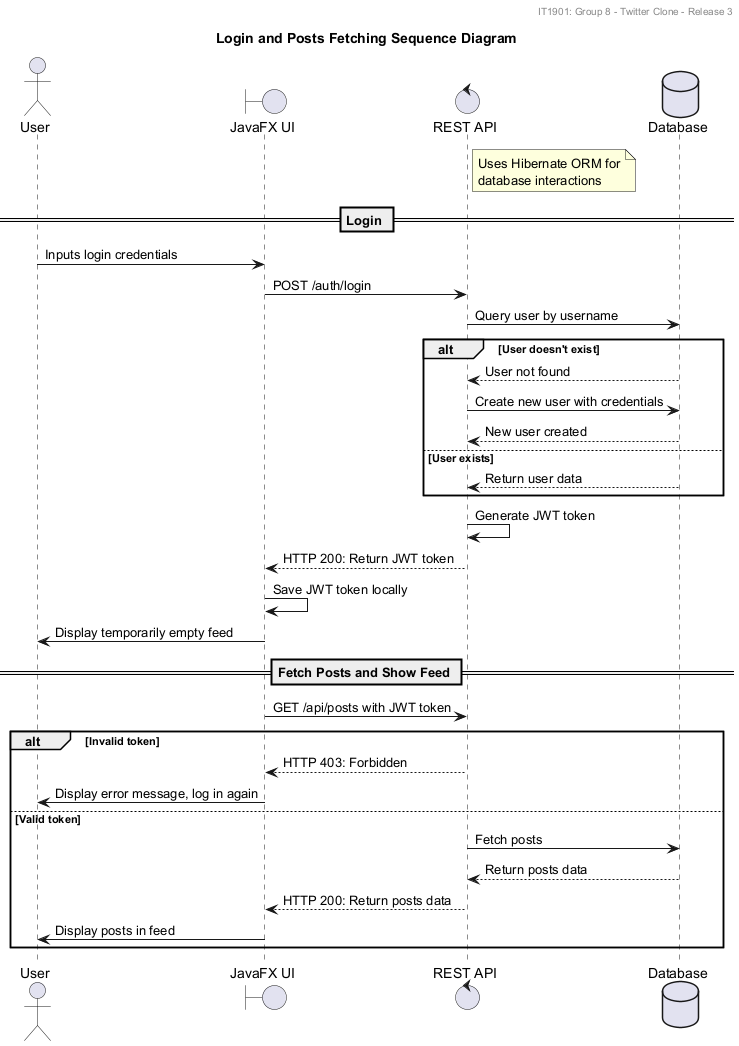
ZeroWave022/twitter-clone keeps this PlantUML diagram as docs/images/release3/sequence-diagram.png. Above is the earlier version. Source of this version:
```plantuml
@startuml sequenceDiagram
title Login and Posts Fetching Sequence Diagram
header IT1901: Group 8 - Twitter Clone - Release 3

actor User as User order 1
boundary "JavaFX UI" as UI order 2
control "REST API" as API order 3
database "Database" as DB order 4

note right of API
Uses Hibernate ORM for
database interactions
end note

== Login ==

User -> UI: Inputs login credentials
UI -> API: POST /auth/login
API -> DB: Query user by username

alt User doesn't exist
    DB --> API: User not found
    API -> DB: Create new user with credentials
    DB --> API: New user created
else User exists
    DB --> API: Return user data
end

API -> API: Generate JWT token
API --> UI: HTTP 200: Return JWT token
UI -> UI: Save JWT token locally
UI -> User: Display temporarily empty feed

== Fetch Posts and Show Feed ==

UI -> API: GET /api/posts with JWT token
alt Invalid token
    API --> UI: HTTP 403: Forbidden
    UI -> User: Display error message, log in again
else Valid token
    API -> DB: Fetch posts
    DB --> API: Return posts data
    API --> UI: HTTP 200: Return posts data
    UI -> User: Display posts in feed
end

@enduml
```
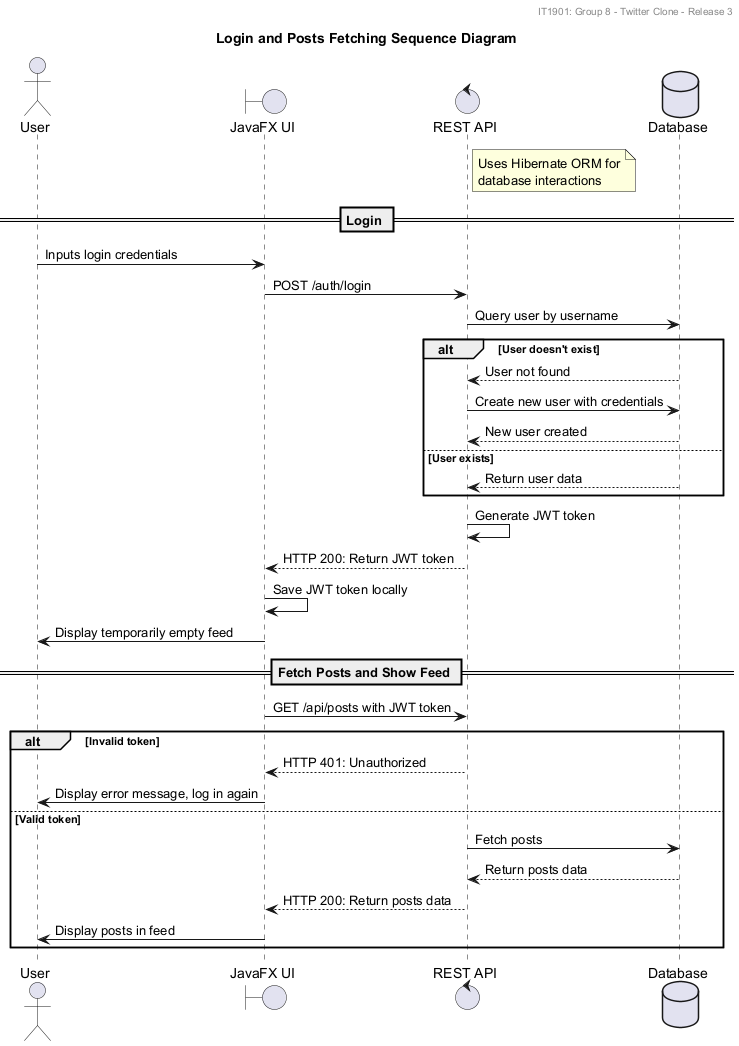
Later version of the same file.

Commit message:
docs: Update sequence diagram render with new changes

Diff of the diagram source:
```diff
@@ -35,7 +35,7 @@
 
 UI -> API: GET /api/posts with JWT token
 alt Invalid token
-    API --> UI: HTTP 403: Forbidden
+    API --> UI: HTTP 401: Unauthorized
     UI -> User: Display error message, log in again
 else Valid token
     API -> DB: Fetch posts
```
